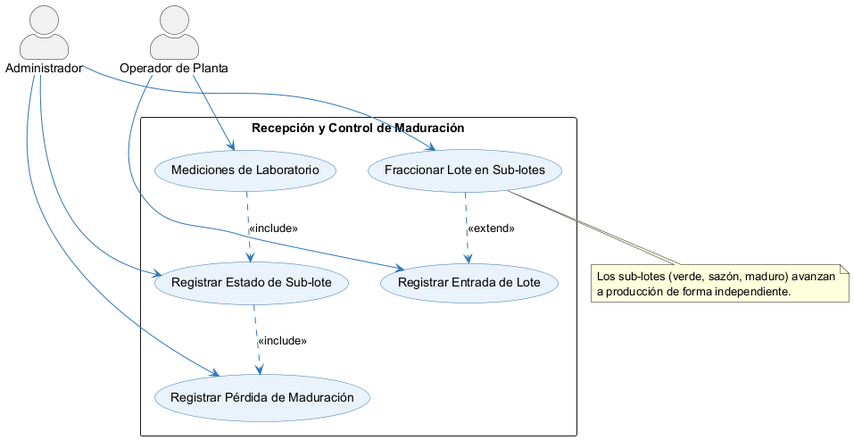
This is diagramas/casos_de_uso/cu002_caso_de_uso.png from DecosUniversity/distri_yaneth_backend, a PlantUML export, as it was before one commit.
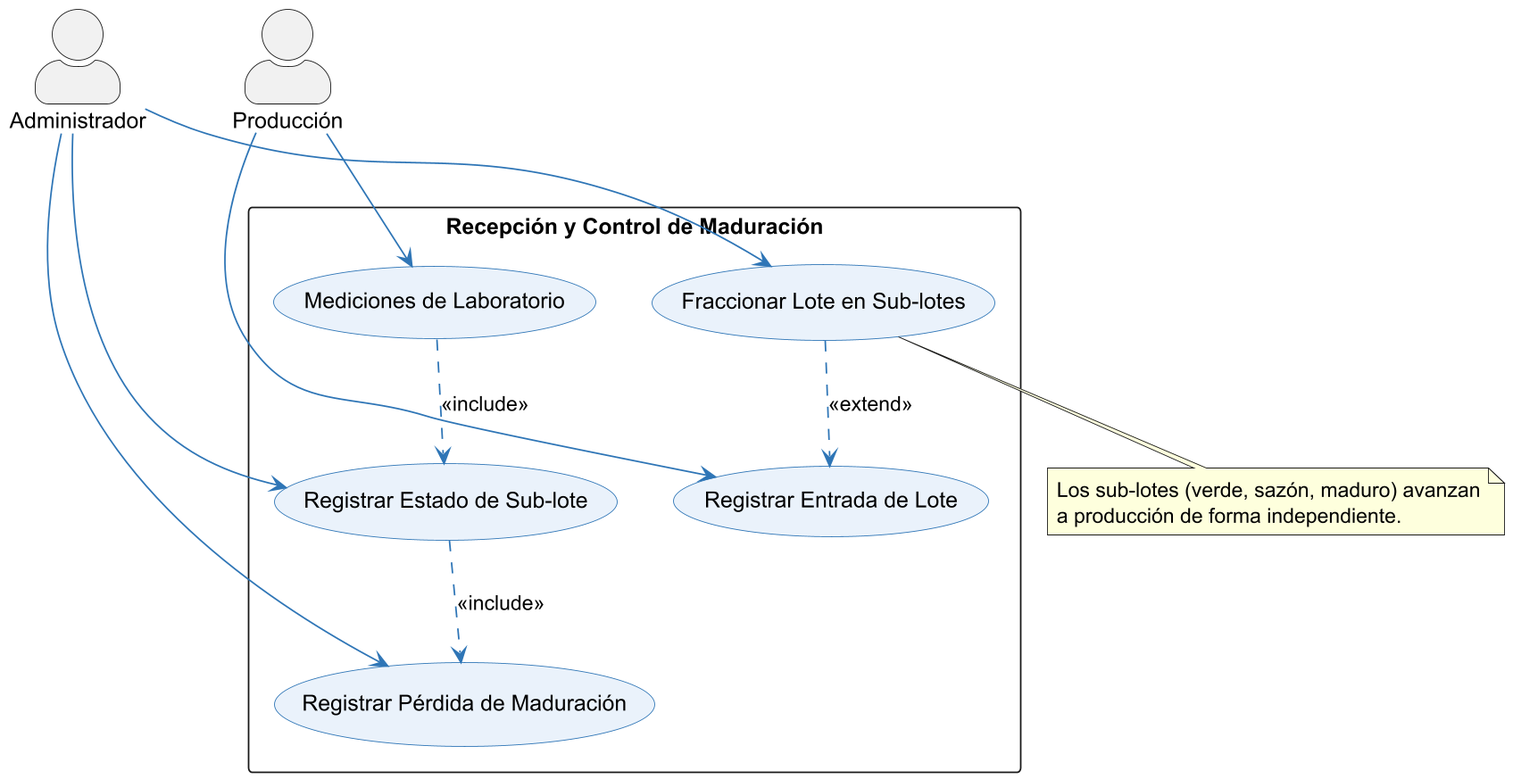
The same diagram one commit later.

The edit, as a diff of the source:
```diff
@@ -1,4 +1,5 @@
 @startuml cu002_caso_de_uso
+skinparamlocked dpi 170
 skinparam packageStyle rectangle
 skinparam actorStyle awesome
 skinparam usecase {
@@ -9,7 +10,7 @@
 top to bottom direction
 
 actor "Administrador" as Admin
-actor "Operador de Planta" as Operador
+actor "Producción" as Operador
 
 rectangle "Recepción y Control de Maduración" {
   usecase "Registrar Entrada de Lote" as UC_Entrada
```
